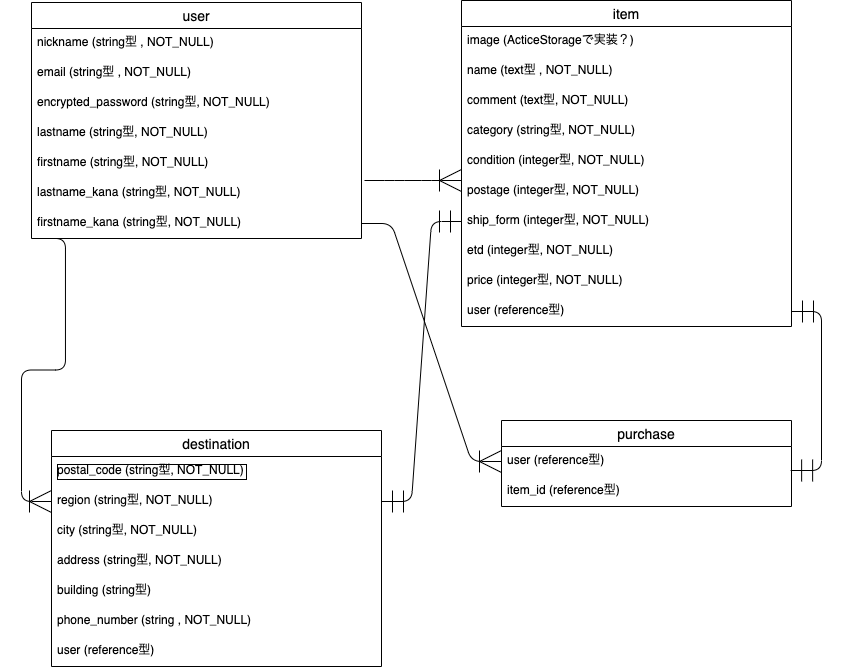
The draw.io diagram furima-34845【ER図】.png in tn-0214/furima-34845, before a commit. Source tidied: cells renumbered, new cells last; positions are measured from the earlier drawing's top-left corner, leaving out a move shared by most shapes.
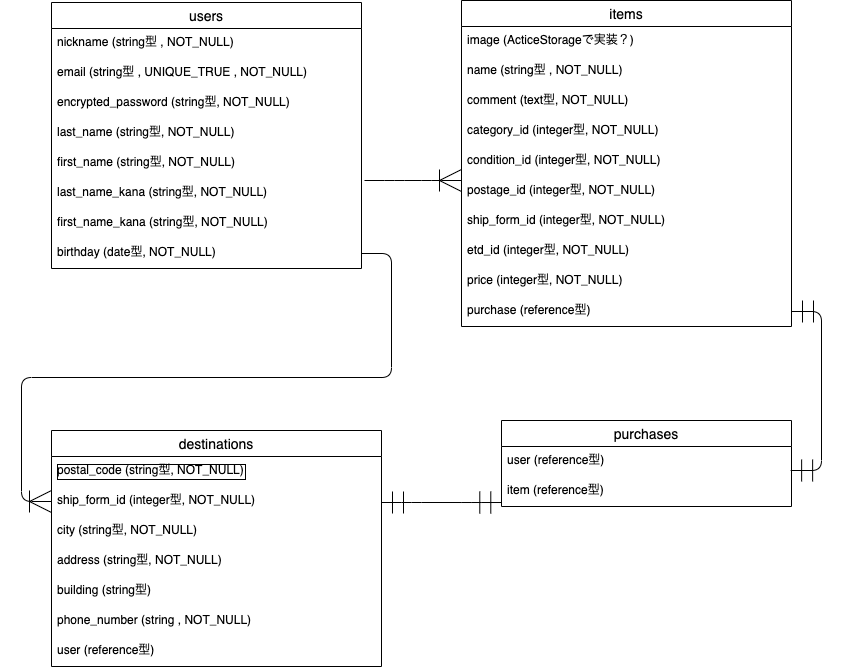
Later version of the same file.

Change to the diagram source:
```diff
@@ -2,70 +2,73 @@
   <root>
     <mxCell id="0" />
     <mxCell id="1" parent="0" />
-    <mxCell id="2" value="user" style="swimlane;fontStyle=0;horizontal=1;startSize=26;align=center;fontSize=14;" parent="1" vertex="1">
-      <mxGeometry y="2" width="330" height="236" as="geometry" />
+    <mxCell id="2" value="users" style="swimlane;fontStyle=0;horizontal=1;startSize=26;align=center;fontSize=14;" parent="1" vertex="1">
+      <mxGeometry x="20" y="2" width="310" height="266" as="geometry" />
     </mxCell>
     <mxCell id="3" value="nickname (string型 , NOT_NULL)" style="text;strokeColor=none;fillColor=none;spacingLeft=4;spacingRight=4;overflow=hidden;fontSize=12;" parent="2" vertex="1">
-      <mxGeometry y="26" width="330" height="30" as="geometry" />
+      <mxGeometry y="26" width="310" height="30" as="geometry" />
     </mxCell>
-    <mxCell id="4" value="email (string型 , NOT_NULL)" style="text;strokeColor=none;fillColor=none;spacingLeft=4;spacingRight=4;overflow=hidden;fontSize=12;" parent="2" vertex="1">
-      <mxGeometry y="56" width="330" height="30" as="geometry" />
+    <mxCell id="4" value="email (string型 , UNIQUE_TRUE , NOT_NULL)" style="text;strokeColor=none;fillColor=none;spacingLeft=4;spacingRight=4;overflow=hidden;fontSize=12;" parent="2" vertex="1">
+      <mxGeometry y="56" width="310" height="30" as="geometry" />
     </mxCell>
     <mxCell id="5" value="encrypted_password (string型, NOT_NULL)" style="text;strokeColor=none;fillColor=none;spacingLeft=4;spacingRight=4;overflow=hidden;fontSize=12;" parent="2" vertex="1">
-      <mxGeometry y="86" width="330" height="30" as="geometry" />
+      <mxGeometry y="86" width="310" height="30" as="geometry" />
     </mxCell>
-    <mxCell id="6" value="lastname (string型, NOT_NULL)" style="text;strokeColor=none;fillColor=none;spacingLeft=4;spacingRight=4;overflow=hidden;fontSize=12;" parent="2" vertex="1">
-      <mxGeometry y="116" width="330" height="30" as="geometry" />
+    <mxCell id="6" value="last_name (string型, NOT_NULL)" style="text;strokeColor=none;fillColor=none;spacingLeft=4;spacingRight=4;overflow=hidden;fontSize=12;" parent="2" vertex="1">
+      <mxGeometry y="116" width="310" height="30" as="geometry" />
     </mxCell>
-    <mxCell id="7" value="firstname (string型, NOT_NULL)" style="text;strokeColor=none;fillColor=none;spacingLeft=4;spacingRight=4;overflow=hidden;fontSize=12;" parent="2" vertex="1">
-      <mxGeometry y="146" width="330" height="30" as="geometry" />
+    <mxCell id="7" value="first_name (string型, NOT_NULL)" style="text;strokeColor=none;fillColor=none;spacingLeft=4;spacingRight=4;overflow=hidden;fontSize=12;" parent="2" vertex="1">
+      <mxGeometry y="146" width="310" height="30" as="geometry" />
     </mxCell>
-    <mxCell id="8" value="lastname_kana (string型, NOT_NULL)" style="text;strokeColor=none;fillColor=none;spacingLeft=4;spacingRight=4;overflow=hidden;fontSize=12;" parent="2" vertex="1">
-      <mxGeometry y="176" width="330" height="30" as="geometry" />
+    <mxCell id="8" value="last_name_kana (string型, NOT_NULL)" style="text;strokeColor=none;fillColor=none;spacingLeft=4;spacingRight=4;overflow=hidden;fontSize=12;" parent="2" vertex="1">
+      <mxGeometry y="176" width="310" height="30" as="geometry" />
     </mxCell>
-    <mxCell id="9" value="firstname_kana (string型, NOT_NULL)" style="text;strokeColor=none;fillColor=none;spacingLeft=4;spacingRight=4;overflow=hidden;points=[[0,0.5],[1,0.5]];portConstraint=eastwest;fontSize=12;" parent="2" vertex="1">
-      <mxGeometry y="206" width="330" height="30" as="geometry" />
-    </mxCell>
+    <mxCell id="37" value="first_name_kana (string型, NOT_NULL)" style="text;strokeColor=none;fillColor=none;spacingLeft=4;spacingRight=4;overflow=hidden;fontSize=12;" parent="2" vertex="1">
+      <mxGeometry y="206" width="310" height="30" as="geometry" />
+    </mxCell>
+    <mxCell id="38" value="birthday (date型, NOT_NULL)" style="text;strokeColor=none;fillColor=none;spacingLeft=4;spacingRight=4;overflow=hidden;points=[[0,0.5],[1,0.5]];portConstraint=eastwest;fontSize=12;" parent="2" vertex="1">
+      <mxGeometry y="236" width="310" height="30" as="geometry" />
+    </mxCell>
-    <mxCell id="10" value="item" style="swimlane;fontStyle=0;horizontal=1;startSize=26;align=center;fontSize=14;" parent="1" vertex="1">
+    <mxCell id="10" value="items" style="swimlane;fontStyle=0;horizontal=1;startSize=26;align=center;fontSize=14;" parent="1" vertex="1">
       <mxGeometry x="430" width="330" height="326" as="geometry" />
     </mxCell>
     <mxCell id="11" value="image (ActiceStorageで実装？)" style="text;strokeColor=none;fillColor=none;spacingLeft=4;spacingRight=4;overflow=hidden;fontSize=12;" parent="10" vertex="1">
       <mxGeometry y="26" width="330" height="30" as="geometry" />
     </mxCell>
-    <mxCell id="12" value="name (text型 , NOT_NULL)" style="text;strokeColor=none;fillColor=none;spacingLeft=4;spacingRight=4;overflow=hidden;fontSize=12;" parent="10" vertex="1">
+    <mxCell id="12" value="name (string型 , NOT_NULL)" style="text;strokeColor=none;fillColor=none;spacingLeft=4;spacingRight=4;overflow=hidden;fontSize=12;" parent="10" vertex="1">
       <mxGeometry y="56" width="330" height="30" as="geometry" />
     </mxCell>
     <mxCell id="13" value="comment (text型, NOT_NULL)" style="text;strokeColor=none;fillColor=none;spacingLeft=4;spacingRight=4;overflow=hidden;fontSize=12;" parent="10" vertex="1">
       <mxGeometry y="86" width="330" height="30" as="geometry" />
     </mxCell>
-    <mxCell id="14" value="category (string型, NOT_NULL)" style="text;strokeColor=none;fillColor=none;spacingLeft=4;spacingRight=4;overflow=hidden;fontSize=12;" parent="10" vertex="1">
+    <mxCell id="14" value="category_id (integer型, NOT_NULL)" style="text;strokeColor=none;fillColor=none;spacingLeft=4;spacingRight=4;overflow=hidden;fontSize=12;" parent="10" vertex="1">
       <mxGeometry y="116" width="330" height="30" as="geometry" />
     </mxCell>
-    <mxCell id="15" value="condition (integer型, NOT_NULL)" style="text;strokeColor=none;fillColor=none;spacingLeft=4;spacingRight=4;overflow=hidden;fontSize=12;" parent="10" vertex="1">
+    <mxCell id="15" value="condition_id (integer型, NOT_NULL)" style="text;strokeColor=none;fillColor=none;spacingLeft=4;spacingRight=4;overflow=hidden;fontSize=12;" parent="10" vertex="1">
       <mxGeometry y="146" width="330" height="30" as="geometry" />
     </mxCell>
-    <mxCell id="16" value="postage (integer型, NOT_NULL)" style="text;strokeColor=none;fillColor=none;spacingLeft=4;spacingRight=4;overflow=hidden;fontSize=12;" parent="10" vertex="1">
+    <mxCell id="16" value="postage_id (integer型, NOT_NULL)" style="text;strokeColor=none;fillColor=none;spacingLeft=4;spacingRight=4;overflow=hidden;fontSize=12;" parent="10" vertex="1">
       <mxGeometry y="176" width="330" height="30" as="geometry" />
     </mxCell>
-    <mxCell id="17" value="ship_form (integer型, NOT_NULL)" style="text;strokeColor=none;fillColor=none;spacingLeft=4;spacingRight=4;overflow=hidden;points=[[0,0.5],[1,0.5]];portConstraint=eastwest;fontSize=12;" parent="10" vertex="1">
+    <mxCell id="17" value="ship_form_id (integer型, NOT_NULL)" style="text;strokeColor=none;fillColor=none;spacingLeft=4;spacingRight=4;overflow=hidden;points=[[0,0.5],[1,0.5]];portConstraint=eastwest;fontSize=12;" parent="10" vertex="1">
       <mxGeometry y="206" width="330" height="30" as="geometry" />
     </mxCell>
-    <mxCell id="18" value="etd (integer型, NOT_NULL)" style="text;strokeColor=none;fillColor=none;spacingLeft=4;spacingRight=4;overflow=hidden;fontSize=12;" parent="10" vertex="1">
+    <mxCell id="18" value="etd_id (integer型, NOT_NULL)" style="text;strokeColor=none;fillColor=none;spacingLeft=4;spacingRight=4;overflow=hidden;fontSize=12;" parent="10" vertex="1">
       <mxGeometry y="236" width="330" height="30" as="geometry" />
     </mxCell>
     <mxCell id="19" value="price (integer型, NOT_NULL)" style="text;strokeColor=none;fillColor=none;spacingLeft=4;spacingRight=4;overflow=hidden;fontSize=12;" parent="10" vertex="1">
       <mxGeometry y="266" width="330" height="30" as="geometry" />
     </mxCell>
-    <mxCell id="20" value="user (reference型)" style="text;strokeColor=none;fillColor=none;spacingLeft=4;spacingRight=4;overflow=hidden;points=[[0,0.5],[1,0.5]];portConstraint=eastwest;fontSize=12;" parent="10" vertex="1">
+    <mxCell id="20" value="purchase (reference型)" style="text;strokeColor=none;fillColor=none;spacingLeft=4;spacingRight=4;overflow=hidden;points=[[0,0.5],[1,0.5]];portConstraint=eastwest;fontSize=12;" parent="10" vertex="1">
       <mxGeometry y="296" width="330" height="30" as="geometry" />
     </mxCell>
-    <mxCell id="21" value="destination" style="swimlane;fontStyle=0;horizontal=1;startSize=26;align=center;fontSize=14;" parent="1" vertex="1">
+    <mxCell id="21" value="destinations" style="swimlane;fontStyle=0;horizontal=1;startSize=26;align=center;fontSize=14;" parent="1" vertex="1">
       <mxGeometry x="20" y="430" width="330" height="236" as="geometry" />
     </mxCell>
     <mxCell id="22" value="postal_code (string型, NOT_NULL)" style="text;strokeColor=none;fillColor=none;spacingLeft=4;spacingRight=4;overflow=hidden;fontSize=12;labelBorderColor=#000000;" parent="21" vertex="1">
       <mxGeometry y="26" width="330" height="30" as="geometry" />
     </mxCell>
-    <mxCell id="23" value="region (string型, NOT_NULL)" style="text;strokeColor=none;fillColor=none;spacingLeft=4;spacingRight=4;overflow=hidden;fontSize=12;" parent="21" vertex="1">
+    <mxCell id="23" value="ship_form_id (integer型, NOT_NULL)" style="text;strokeColor=none;fillColor=none;spacingLeft=4;spacingRight=4;overflow=hidden;fontSize=12;" parent="21" vertex="1">
       <mxGeometry y="56" width="330" height="30" as="geometry" />
     </mxCell>
     <mxCell id="24" value="city (string型, NOT_NULL)" style="text;strokeColor=none;fillColor=none;spacingLeft=4;spacingRight=4;overflow=hidden;fontSize=12;" parent="21" vertex="1">
@@ -89,28 +92,25 @@
         <mxPoint x="430" y="180" as="targetPoint" />
       </mxGeometry>
     </mxCell>
-    <mxCell id="30" style="edgeStyle=entityRelationEdgeStyle;fontSize=12;html=1;endArrow=ERoneToMany;strokeWidth=1;entryX=0;entryY=0.5;entryDx=0;entryDy=0;endSize=20;exitX=0.012;exitY=1;exitDx=0;exitDy=0;exitPerimeter=0;" parent="1" edge="1" source="9">
+    <mxCell id="30" style="edgeStyle=entityRelationEdgeStyle;fontSize=12;html=1;endArrow=ERoneToMany;strokeWidth=1;entryX=0;entryY=0.5;entryDx=0;entryDy=0;endSize=20;exitX=1;exitY=0.5;exitDx=0;exitDy=0;" parent="1" edge="1" source="38">
       <mxGeometry relative="1" as="geometry">
         <mxPoint x="20" y="501" as="targetPoint" />
       </mxGeometry>
     </mxCell>
-    <mxCell id="31" style="edgeStyle=entityRelationEdgeStyle;fontSize=12;html=1;endArrow=ERmandOne;startArrow=ERmandOne;strokeWidth=1;endSize=20;startSize=20;exitX=1;exitY=0.5;exitDx=0;exitDy=0;entryX=0;entryY=0.5;entryDx=0;entryDy=0;" parent="1" edge="1" target="17">
+    <mxCell id="31" style="edgeStyle=entityRelationEdgeStyle;fontSize=12;html=1;endArrow=ERmandOne;startArrow=ERmandOne;strokeWidth=1;endSize=20;startSize=20;entryX=0.001;entryY=0.867;entryDx=0;entryDy=0;entryPerimeter=0;" parent="1" edge="1" target="34">
       <mxGeometry relative="1" as="geometry">
-        <mxPoint x="350" y="501" as="sourcePoint" />
+        <mxPoint x="350" y="502" as="sourcePoint" />
       </mxGeometry>
     </mxCell>
-    <mxCell id="32" value="purchase" style="swimlane;fontStyle=0;horizontal=1;startSize=26;align=center;fontSize=14;" parent="1" vertex="1">
+    <mxCell id="32" value="purchases" style="swimlane;fontStyle=0;horizontal=1;startSize=26;align=center;fontSize=14;" parent="1" vertex="1">
       <mxGeometry x="470" y="420" width="290" height="86" as="geometry" />
     </mxCell>
     <mxCell id="33" value="user (reference型)" style="text;strokeColor=none;fillColor=none;spacingLeft=4;spacingRight=4;overflow=hidden;points=[[0,0.5],[1,0.5]];portConstraint=eastwest;fontSize=12;" parent="32" vertex="1">
       <mxGeometry y="26" width="290" height="30" as="geometry" />
     </mxCell>
-    <mxCell id="34" value="item_id (reference型)" style="text;strokeColor=none;fillColor=none;spacingLeft=4;spacingRight=4;overflow=hidden;points=[[0,0.5],[1,0.5]];portConstraint=eastwest;fontSize=12;" parent="32" vertex="1">
+    <mxCell id="34" value="item (reference型)" style="text;strokeColor=none;fillColor=none;spacingLeft=4;spacingRight=4;overflow=hidden;points=[[0,0.5],[1,0.5]];portConstraint=eastwest;fontSize=12;" parent="32" vertex="1">
       <mxGeometry y="56" width="290" height="30" as="geometry" />
     </mxCell>
-    <mxCell id="35" style="edgeStyle=entityRelationEdgeStyle;fontSize=12;html=1;endArrow=ERoneToMany;strokeWidth=1;endSize=20;startSize=20;entryX=0;entryY=0.5;entryDx=0;entryDy=0;" parent="1" edge="1" source="9" target="33">
-      <mxGeometry relative="1" as="geometry" />
-    </mxCell>
     <mxCell id="36" style="edgeStyle=entityRelationEdgeStyle;fontSize=12;html=1;endArrow=ERmandOne;startArrow=ERmandOne;entryX=0.997;entryY=0.8;entryDx=0;entryDy=0;entryPerimeter=0;endSize=20;startSize=20;" parent="1" edge="1" source="20" target="33">
       <mxGeometry relative="1" as="geometry" />
     </mxCell>
```
